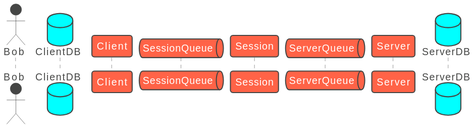
Before: out/removeFromGroup.svg, a diagram exported from PlantUML (mchlebosz/IPC-Chat-Service). Its diagram source:
```plantuml
@startuml
!theme vibrant from https://raw.githubusercontent.com/plantuml/plantuml/master/themes
autonumber


actor Bob as User
database ClientDB
participant Client
queue SessionQueue
participant  Session
queue ServerQueue
participant Server
database ServerDB
@enduml
```
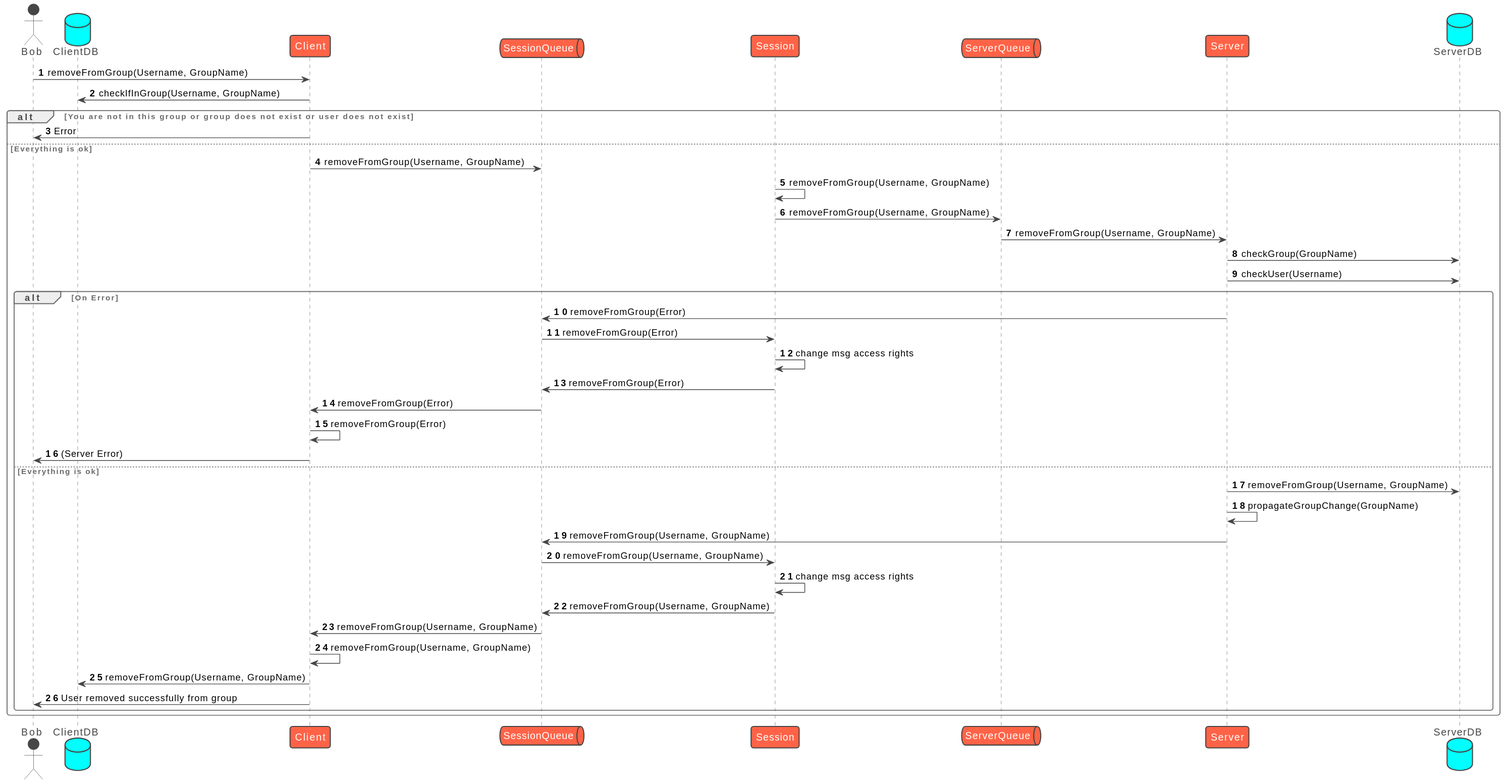
The same file after the commit.

Change to the diagram source:
```diff
@@ -11,4 +11,37 @@
 queue ServerQueue
 participant Server
 database ServerDB
+
+User -> Client : removeFromGroup(Username, GroupName)
+Client -> ClientDB : checkIfInGroup(Username, GroupName)
+alt You are not in this group or group does not exist or user does not exist
+    Client -> User : Error
+else Everything is ok
+    Client -> SessionQueue : removeFromGroup(Username, GroupName)
+    Session -> Session : removeFromGroup(Username, GroupName)
+    Session -> ServerQueue : removeFromGroup(Username, GroupName)
+    ServerQueue -> Server : removeFromGroup(Username, GroupName)
+    Server -> ServerDB : checkGroup(GroupName)
+    Server -> ServerDB : checkUser(Username)
+    alt On Error
+        Server -> SessionQueue : removeFromGroup(Error)
+        SessionQueue -> Session : removeFromGroup(Error)
+        Session -> Session : change msg access rights
+        Session -> SessionQueue : removeFromGroup(Error)
+        SessionQueue -> Client : removeFromGroup(Error)
+        Client -> Client : removeFromGroup(Error)
+        Client -> User : (Server Error)
+    else Everything is ok
+        Server -> ServerDB : removeFromGroup(Username, GroupName)
+        Server -> Server: propagateGroupChange(GroupName)
+        Server -> SessionQueue : removeFromGroup(Username, GroupName)
+        Session <- SessionQueue : removeFromGroup(Username, GroupName)
+        Session -> Session : change msg access rights
+        Session -> SessionQueue : removeFromGroup(Username, GroupName)
+        SessionQueue -> Client : removeFromGroup(Username, GroupName)
+        Client -> Client : removeFromGroup(Username, GroupName)
+        Client -> ClientDB : removeFromGroup(Username, GroupName)
+        Client -> User : User removed successfully from group
+    end
+end
 @enduml
```
